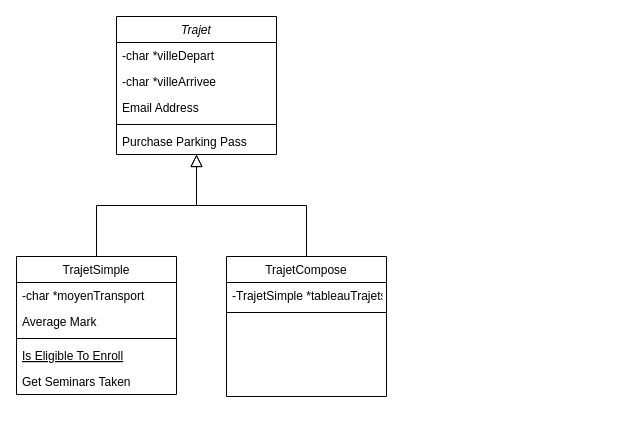
Before: CPP_TP1_UML.drawio in Arkpsss/CPP_TP2, a draw.io diagram. Source tidied: cells renumbered, new cells numbered last; positions are measured from the earlier drawing's top-left corner, leaving out a move shared by most shapes. Both pictures are drawn from the tidied source at 100%, with x=0, y=0 at pixel (16, 16).
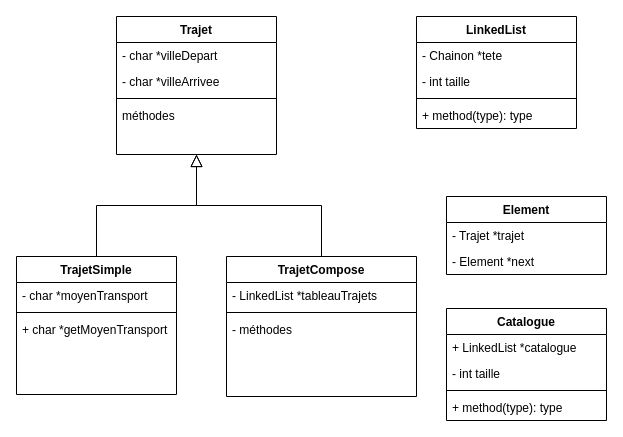
The same page after the edit.

Commit message (it also covers changes not shown here):
Mettre à jour CPP_TP1_UML.drawio

The edit, as a diff of the source:
```diff
@@
-    <mxCell id="2" value="Trajet" style="swimlane;fontStyle=2;align=center;verticalAlign=top;horizontal=1;startSize=26;rounded=0;shadow=0;strokeWidth=1;" parent="1" vertex="1">
+    <mxCell id="2" value="Trajet" style="swimlane;fontStyle=1;align=center;verticalAlign=top;horizontal=1;startSize=26;rounded=0;shadow=0;strokeWidth=1;" parent="1" vertex="1">
       <mxGeometry x="100" width="160" height="138" as="geometry" />
     </mxCell>
-    <mxCell id="3" value="-char *villeDepart" style="text;align=left;verticalAlign=top;spacingLeft=4;spacingRight=4;overflow=hidden;" parent="2" vertex="1">
+    <mxCell id="3" value="- char *villeDepart" style="text;align=left;verticalAlign=top;spacingLeft=4;spacingRight=4;overflow=hidden;" parent="2" vertex="1">
       <mxGeometry y="26" width="160" height="26" as="geometry" />
     </mxCell>
-    <mxCell id="4" value="-char *villeArrivee" style="text;align=left;verticalAlign=top;spacingLeft=4;spacingRight=4;overflow=hidden;rounded=0;shadow=0;html=0;" parent="2" vertex="1">
+    <mxCell id="4" value="- char *villeArrivee" style="text;align=left;verticalAlign=top;spacingLeft=4;spacingRight=4;overflow=hidden;rounded=0;shadow=0;html=0;" parent="2" vertex="1">
       <mxGeometry y="52" width="160" height="26" as="geometry" />
     </mxCell>
-    <mxCell id="5" value="Email Address" style="text;align=left;verticalAlign=top;spacingLeft=4;spacingRight=4;overflow=hidden;rounded=0;shadow=0;html=0;" parent="2" vertex="1">
-      <mxGeometry y="78" width="160" height="26" as="geometry" />
-    </mxCell>
     <mxCell id="6" style="line;html=1;strokeWidth=1;align=left;verticalAlign=middle;spacingTop=-1;spacingLeft=3;spacingRight=3;labelPosition=right;" parent="2" vertex="1">
-      <mxGeometry y="104" width="160" height="8" as="geometry" />
+      <mxGeometry y="78" width="160" height="8" as="geometry" />
     </mxCell>
-    <mxCell id="7" value="Purchase Parking Pass" style="text;align=left;verticalAlign=top;spacingLeft=4;spacingRight=4;overflow=hidden;" parent="2" vertex="1">
-      <mxGeometry y="112" width="160" height="26" as="geometry" />
+    <mxCell id="7" value="méthodes" style="text;align=left;verticalAlign=top;spacingLeft=4;spacingRight=4;overflow=hidden;" parent="2" vertex="1">
+      <mxGeometry y="86" width="160" height="26" as="geometry" />
     </mxCell>
-    <mxCell id="8" value="TrajetSimple&#10;" style="swimlane;fontStyle=0;align=center;verticalAlign=top;horizontal=1;startSize=26;rounded=0;shadow=0;strokeWidth=1;" parent="1" vertex="1">
+    <mxCell id="8" value="TrajetSimple&#10;" style="swimlane;fontStyle=1;align=center;verticalAlign=top;horizontal=1;startSize=26;rounded=0;shadow=0;strokeWidth=1;" parent="1" vertex="1">
       <mxGeometry y="240" width="160" height="138" as="geometry" />
     </mxCell>
-    <mxCell id="9" value="-char *moyenTransport" style="text;align=left;verticalAlign=top;spacingLeft=4;spacingRight=4;overflow=hidden;" parent="8" vertex="1">
+    <mxCell id="9" value="- char *moyenTransport" style="text;align=left;verticalAlign=top;spacingLeft=4;spacingRight=4;overflow=hidden;" parent="8" vertex="1">
       <mxGeometry y="26" width="160" height="26" as="geometry" />
     </mxCell>
-    <mxCell id="10" value="Average Mark" style="text;align=left;verticalAlign=top;spacingLeft=4;spacingRight=4;overflow=hidden;rounded=0;shadow=0;html=0;" parent="8" vertex="1">
-      <mxGeometry y="52" width="160" height="26" as="geometry" />
-    </mxCell>
     <mxCell id="11" style="line;html=1;strokeWidth=1;align=left;verticalAlign=middle;spacingTop=-1;spacingLeft=3;spacingRight=3;labelPosition=right;" parent="8" vertex="1">
-      <mxGeometry y="78" width="160" height="8" as="geometry" />
+      <mxGeometry y="52" width="160" height="8" as="geometry" />
     </mxCell>
-    <mxCell id="12" value="Is Eligible To Enroll" style="text;align=left;verticalAlign=top;spacingLeft=4;spacingRight=4;overflow=hidden;fontStyle=4;" parent="8" vertex="1">
-      <mxGeometry y="86" width="160" height="26" as="geometry" />
-    </mxCell>
-    <mxCell id="13" value="Get Seminars Taken" style="text;align=left;verticalAlign=top;spacingLeft=4;spacingRight=4;overflow=hidden;" parent="8" vertex="1">
-      <mxGeometry y="112" width="160" height="26" as="geometry" />
+    <mxCell id="13" value="+ char *getMoyenTransport" style="text;align=left;verticalAlign=top;spacingLeft=4;spacingRight=4;overflow=hidden;" parent="8" vertex="1">
+      <mxGeometry y="60" width="160" height="26" as="geometry" />
     </mxCell>
@@
-    <mxCell id="15" value="TrajetCompose" style="swimlane;fontStyle=0;align=center;verticalAlign=top;horizontal=1;startSize=26;rounded=0;shadow=0;strokeWidth=1;" parent="1" vertex="1">
-      <mxGeometry x="210" y="240" width="160" height="140" as="geometry" />
+    <mxCell id="15" value="TrajetCompose" style="swimlane;fontStyle=1;align=center;verticalAlign=top;horizontal=1;startSize=26;rounded=0;shadow=0;strokeWidth=1;" parent="1" vertex="1">
+      <mxGeometry x="210" y="240" width="190" height="140" as="geometry" />
     </mxCell>
-    <mxCell id="16" value="-TrajetSimple *tableauTrajets" style="text;align=left;verticalAlign=top;spacingLeft=4;spacingRight=4;overflow=hidden;" parent="15" vertex="1">
-      <mxGeometry y="26" width="160" height="26" as="geometry" />
+    <mxCell id="16" value="- LinkedList *tableauTrajets" style="text;align=left;verticalAlign=top;spacingLeft=4;spacingRight=4;overflow=hidden;" parent="15" vertex="1">
+      <mxGeometry y="26" width="190" height="26" as="geometry" />
     </mxCell>
     <mxCell id="17" style="line;html=1;strokeWidth=1;align=left;verticalAlign=middle;spacingTop=-1;spacingLeft=3;spacingRight=3;labelPosition=right;" parent="15" vertex="1">
-      <mxGeometry y="52" width="160" height="8" as="geometry" />
+      <mxGeometry y="52" width="190" height="8" as="geometry" />
     </mxCell>
+    <mxCell id="19" value="- méthodes" style="text;align=left;verticalAlign=top;spacingLeft=4;spacingRight=4;overflow=hidden;" parent="15" vertex="1">
+      <mxGeometry y="60" width="190" height="26" as="geometry" />
+    </mxCell>
@@
+    <mxCell id="20" value="LinkedList" style="swimlane;fontStyle=1;align=center;verticalAlign=top;horizontal=1;startSize=26;" parent="1" vertex="1">
+      <mxGeometry x="400" width="160" height="112" as="geometry" />
+    </mxCell>
+    <mxCell id="21" value="- Chainon *tete&#10;" style="text;strokeColor=none;fillColor=none;align=left;verticalAlign=top;spacingLeft=4;spacingRight=4;overflow=hidden;" parent="20" vertex="1">
+      <mxGeometry y="26" width="160" height="26" as="geometry" />
+    </mxCell>
+    <mxCell id="22" value="- int taille" style="text;strokeColor=none;fillColor=none;align=left;verticalAlign=top;spacingLeft=4;spacingRight=4;overflow=hidden;" parent="20" vertex="1">
+      <mxGeometry y="52" width="160" height="26" as="geometry" />
+    </mxCell>
+    <mxCell id="23" style="line;strokeWidth=1;fillColor=none;align=left;verticalAlign=middle;spacingTop=-1;spacingLeft=3;spacingRight=3;labelPosition=right;strokeColor=inherit;" parent="20" vertex="1">
+      <mxGeometry y="78" width="160" height="8" as="geometry" />
+    </mxCell>
+    <mxCell id="24" value="+ method(type): type" style="text;strokeColor=none;fillColor=none;align=left;verticalAlign=top;spacingLeft=4;spacingRight=4;overflow=hidden;" parent="20" vertex="1">
+      <mxGeometry y="86" width="160" height="26" as="geometry" />
+    </mxCell>
+    <mxCell id="25" value="Element" style="swimlane;fontStyle=1;horizontal=1;startSize=26;fillColor=none;" parent="1" vertex="1">
+      <mxGeometry x="430" y="180" width="160" height="78" as="geometry" />
+    </mxCell>
+    <mxCell id="26" value="- Trajet *trajet" style="text;strokeColor=none;fillColor=none;align=left;verticalAlign=top;spacingLeft=4;spacingRight=4;overflow=hidden;" parent="25" vertex="1">
+      <mxGeometry y="26" width="160" height="26" as="geometry" />
+    </mxCell>
+    <mxCell id="27" value="- Element *next" style="text;strokeColor=none;fillColor=none;align=left;verticalAlign=top;spacingLeft=4;spacingRight=4;overflow=hidden;" parent="25" vertex="1">
+      <mxGeometry y="52" width="160" height="26" as="geometry" />
+    </mxCell>
+    <mxCell id="28" value="Catalogue" style="swimlane;fontStyle=1;align=center;verticalAlign=top;horizontal=1;startSize=26;" parent="1" vertex="1">
+      <mxGeometry x="430" y="292" width="160" height="112" as="geometry" />
+    </mxCell>
+    <mxCell id="29" value="+ LinkedList *catalogue&#10;" style="text;strokeColor=none;fillColor=none;align=left;verticalAlign=top;spacingLeft=4;spacingRight=4;overflow=hidden;" parent="28" vertex="1">
+      <mxGeometry y="26" width="160" height="26" as="geometry" />
+    </mxCell>
+    <mxCell id="30" value="- int taille&#10;" style="text;strokeColor=none;fillColor=none;align=left;verticalAlign=top;spacingLeft=4;spacingRight=4;overflow=hidden;" parent="28" vertex="1">
+      <mxGeometry y="52" width="160" height="26" as="geometry" />
+    </mxCell>
+    <mxCell id="31" style="line;strokeWidth=1;fillColor=none;align=left;verticalAlign=middle;spacingTop=-1;spacingLeft=3;spacingRight=3;labelPosition=right;strokeColor=inherit;" parent="28" vertex="1">
+      <mxGeometry y="78" width="160" height="8" as="geometry" />
+    </mxCell>
+    <mxCell id="32" value="+ method(type): type" style="text;strokeColor=none;fillColor=none;align=left;verticalAlign=top;spacingLeft=4;spacingRight=4;overflow=hidden;" parent="28" vertex="1">
+      <mxGeometry y="86" width="160" height="26" as="geometry" />
+    </mxCell>
```
